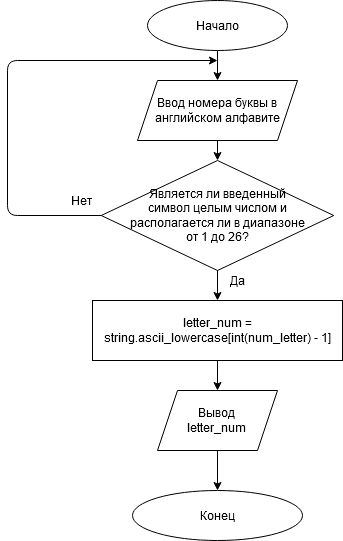
The draw.io diagram hw1/hw1_5.png in Nev-Iva/algorithms-python, before a commit. Source tidied: cells renumbered, new cells last; positions are measured from the earlier drawing's top-left corner, leaving out a move shared by most shapes. The source it was exported from:
```xml
<mxGraphModel>
  <root>
    <mxCell id="0" />
    <mxCell id="1" parent="0" />
    <mxCell id="2" value="Начало" style="ellipse;whiteSpace=wrap;html=1;" parent="1" vertex="1">
      <mxGeometry x="140" width="140" height="50" as="geometry" />
    </mxCell>
    <mxCell id="3" value="Конец" style="ellipse;whiteSpace=wrap;html=1;" parent="1" vertex="1">
      <mxGeometry x="125" y="490" width="170" height="50" as="geometry" />
    </mxCell>
    <mxCell id="4" value="Ввод номера буквы в английском алфавите" style="shape=parallelogram;perimeter=parallelogramPerimeter;whiteSpace=wrap;html=1;fixedSize=1;" parent="1" vertex="1">
      <mxGeometry x="130" y="80" width="160" height="60" as="geometry" />
    </mxCell>
    <mxCell id="5" value="&lt;div&gt;Является ли введенный&lt;/div&gt;&lt;div&gt;символ целым числом и&lt;/div&gt;&lt;div&gt; располагается ли в диапазоне&lt;/div&gt;&lt;div&gt; от 1 до 26?&lt;/div&gt;" style="rhombus;whiteSpace=wrap;html=1;" parent="1" vertex="1">
      <mxGeometry x="93.8" y="160" width="232.5" height="110" as="geometry" />
    </mxCell>
    <mxCell id="6" value="letter_num = string.ascii_lowercase[int(num_letter) - 1]" style="rounded=0;whiteSpace=wrap;html=1;" parent="1" vertex="1">
      <mxGeometry x="85" y="300" width="250" height="60" as="geometry" />
    </mxCell>
    <mxCell id="7" value="&lt;div&gt;Вывод &lt;br&gt;&lt;/div&gt;&lt;div&gt;letter_num&lt;br&gt;&lt;/div&gt;" style="shape=parallelogram;perimeter=parallelogramPerimeter;whiteSpace=wrap;html=1;fixedSize=1;" parent="1" vertex="1">
      <mxGeometry x="150" y="390" width="120" height="60" as="geometry" />
    </mxCell>
    <mxCell id="8" style="endArrow=classic;html=1;exitX=0.5;exitY=1;exitDx=0;exitDy=0;entryX=0.5;entryY=0;entryDx=0;entryDy=0;" parent="1" edge="1" source="2" target="4">
      <mxGeometry relative="1" as="geometry" />
    </mxCell>
    <mxCell id="9" style="endArrow=classic;html=1;exitX=0.5;exitY=1;exitDx=0;exitDy=0;entryX=0.5;entryY=0;entryDx=0;entryDy=0;" parent="1" edge="1" source="4" target="5">
      <mxGeometry relative="1" as="geometry" />
    </mxCell>
    <mxCell id="10" style="endArrow=classic;html=1;exitX=0.5;exitY=1;exitDx=0;exitDy=0;entryX=0.5;entryY=0;entryDx=0;entryDy=0;" parent="1" edge="1" source="5" target="6">
      <mxGeometry relative="1" as="geometry" />
    </mxCell>
    <mxCell id="11" style="endArrow=classic;html=1;exitX=0.5;exitY=1;exitDx=0;exitDy=0;entryX=0.5;entryY=0;entryDx=0;entryDy=0;" parent="1" edge="1" source="6" target="7">
      <mxGeometry relative="1" as="geometry" />
    </mxCell>
    <mxCell id="12" style="endArrow=classic;html=1;exitX=0.5;exitY=1;exitDx=0;exitDy=0;entryX=0.5;entryY=0;entryDx=0;entryDy=0;" parent="1" edge="1" source="7" target="3">
      <mxGeometry relative="1" as="geometry" />
    </mxCell>
    <mxCell id="13" style="endArrow=classic;html=1;exitX=0;exitY=0.5;exitDx=0;exitDy=0;" parent="1" edge="1" source="5">
      <mxGeometry relative="1" as="geometry">
        <mxPoint x="210" y="60" as="targetPoint" />
        <Array as="points">
          <mxPoint y="215" />
          <mxPoint y="60" />
        </Array>
      </mxGeometry>
    </mxCell>
    <mxCell id="14" value="&lt;div&gt;Да&lt;/div&gt;" style="text;html=1;strokeColor=none;fillColor=none;align=center;verticalAlign=middle;whiteSpace=wrap;rounded=0;" parent="1" vertex="1">
      <mxGeometry x="210" y="270" width="40" height="20" as="geometry" />
    </mxCell>
    <mxCell id="15" value="Нет" style="text;html=1;strokeColor=none;fillColor=none;align=center;verticalAlign=middle;whiteSpace=wrap;rounded=0;" parent="1" vertex="1">
      <mxGeometry x="53.8" y="190" width="40" height="20" as="geometry" />
    </mxCell>
  </root>
</mxGraphModel>
```
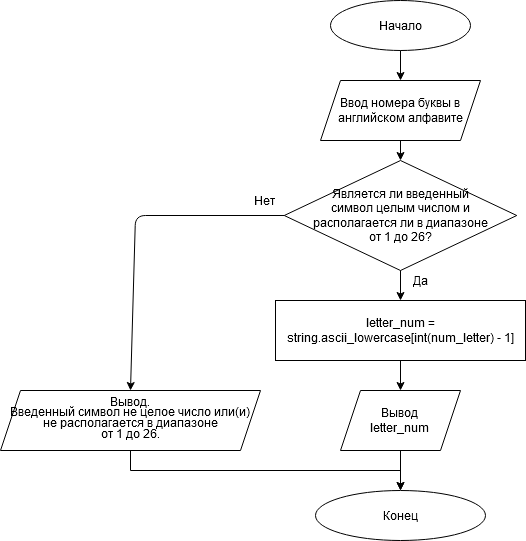
After the change.

Diff of the diagram source:
```diff
@@ -35,20 +35,24 @@
     <mxCell id="12" style="endArrow=classic;html=1;exitX=0.5;exitY=1;exitDx=0;exitDy=0;entryX=0.5;entryY=0;entryDx=0;entryDy=0;" parent="1" edge="1" source="7" target="3">
       <mxGeometry relative="1" as="geometry" />
     </mxCell>
-    <mxCell id="13" style="endArrow=classic;html=1;exitX=0;exitY=0.5;exitDx=0;exitDy=0;" parent="1" edge="1" source="5">
-      <mxGeometry relative="1" as="geometry">
-        <mxPoint x="210" y="60" as="targetPoint" />
-        <Array as="points">
-          <mxPoint y="215" />
-          <mxPoint y="60" />
-        </Array>
-      </mxGeometry>
-    </mxCell>
     <mxCell id="14" value="&lt;div&gt;Да&lt;/div&gt;" style="text;html=1;strokeColor=none;fillColor=none;align=center;verticalAlign=middle;whiteSpace=wrap;rounded=0;" parent="1" vertex="1">
       <mxGeometry x="210" y="270" width="40" height="20" as="geometry" />
     </mxCell>
     <mxCell id="15" value="Нет" style="text;html=1;strokeColor=none;fillColor=none;align=center;verticalAlign=middle;whiteSpace=wrap;rounded=0;" parent="1" vertex="1">
       <mxGeometry x="53.8" y="190" width="40" height="20" as="geometry" />
     </mxCell>
+    <mxCell id="16" style="edgeStyle=orthogonalEdgeStyle;rounded=0;jettySize=auto;html=1;exitX=0.5;exitY=1;exitDx=0;exitDy=0;" parent="1" edge="1" source="17" target="3">
+      <mxGeometry relative="1" as="geometry" />
+    </mxCell>
+    <mxCell id="17" value="&lt;div style=&quot;line-height: 40%&quot;&gt;Вывод.&lt;/div&gt;&lt;div&gt;Введенный символ не целое число или(и)&lt;div style=&quot;line-height: 70%&quot;&gt; не располагается в диапазоне&lt;/div&gt;&lt;div&gt; от 1 до 26.&lt;/div&gt;&lt;/div&gt;" style="shape=parallelogram;perimeter=parallelogramPerimeter;whiteSpace=wrap;html=1;fixedSize=1;" parent="1" vertex="1">
+      <mxGeometry x="-190" y="390" width="260" height="60" as="geometry" />
+    </mxCell>
+    <mxCell id="18" style="endArrow=classic;html=1;exitX=0;exitY=0.5;exitDx=0;exitDy=0;entryX=0.5;entryY=0;entryDx=0;entryDy=0;" parent="1" edge="1" source="5" target="17">
+      <mxGeometry relative="1" as="geometry">
+        <Array as="points">
+          <mxPoint x="-55" y="215" />
+        </Array>
+      </mxGeometry>
+    </mxCell>
   </root>
 </mxGraphModel>
```
